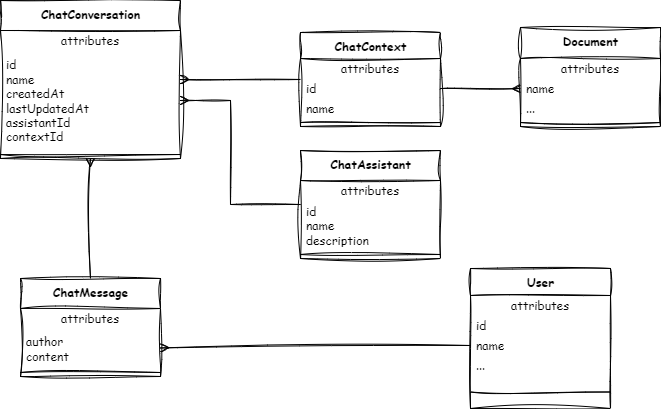
Earlier version of the draw.io export images/05_domain.drawio.png (genai4devs/documentation). Source tidied: cells renumbered, new cells last; positions are measured from the earlier drawing's top-left corner, leaving out a move shared by most shapes.
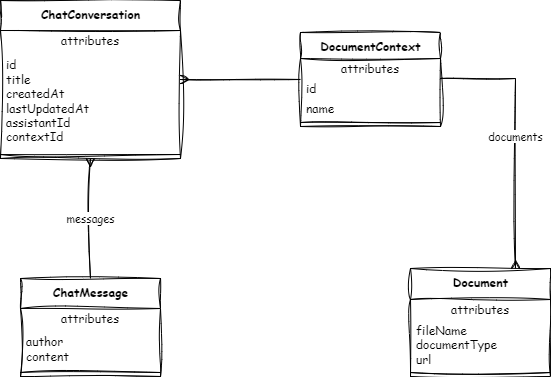
The same file after the commit.

Diff of the diagram source:
```diff
@@ -23,25 +23,13 @@
     <mxCell id="8" value="attributes" style="text;html=1;strokeColor=none;fillColor=none;align=center;verticalAlign=middle;spacingLeft=4;spacingRight=4;overflow=hidden;sketch=1;curveFitting=1;jiggle=2;fontFamily=Comic Sans MS;" parent="7" vertex="1">
       <mxGeometry y="30" width="180" height="20" as="geometry" />
     </mxCell>
-    <mxCell id="9" value="id&lt;br&gt;name&lt;br&gt;createdAt&lt;br&gt;lastUpdatedAt&lt;br&gt;assistantId&lt;br&gt;contextId" style="text;html=1;strokeColor=none;fillColor=none;align=left;verticalAlign=middle;spacingLeft=4;spacingRight=4;overflow=hidden;points=[[0,0.5],[1,0.5]];portConstraint=eastwest;sketch=1;curveFitting=1;jiggle=2;fontFamily=Comic Sans MS;" parent="7" vertex="1">
+    <mxCell id="9" value="id&lt;br&gt;title&lt;br&gt;createdAt&lt;br&gt;lastUpdatedAt&lt;br&gt;assistantId&lt;br&gt;contextId" style="text;html=1;strokeColor=none;fillColor=none;align=left;verticalAlign=middle;spacingLeft=4;spacingRight=4;overflow=hidden;points=[[0,0.5],[1,0.5]];portConstraint=eastwest;sketch=1;curveFitting=1;jiggle=2;fontFamily=Comic Sans MS;" parent="7" vertex="1">
       <mxGeometry y="50" width="180" height="100" as="geometry" />
     </mxCell>
     <mxCell id="10" style="line;strokeWidth=1;fillColor=none;align=left;verticalAlign=middle;spacingTop=-1;spacingLeft=3;spacingRight=3;labelPosition=right;sketch=1;curveFitting=1;jiggle=2;fontFamily=Comic Sans MS;" parent="7" vertex="1">
       <mxGeometry y="150" width="180" height="8" as="geometry" />
     </mxCell>
-    <mxCell id="11" value="&lt;b&gt;ChatAssistant&lt;/b&gt;" style="swimlane;fontStyle=0;align=center;verticalAlign=top;horizontal=1;startSize=30;html=1;sketch=1;curveFitting=1;jiggle=2;fontFamily=Comic Sans MS;" parent="1" vertex="1">
-      <mxGeometry x="300" y="150" width="140" height="108" as="geometry" />
-    </mxCell>
-    <mxCell id="12" value="attributes" style="text;html=1;strokeColor=none;fillColor=none;align=center;verticalAlign=middle;spacingLeft=4;spacingRight=4;overflow=hidden;sketch=1;curveFitting=1;jiggle=2;fontFamily=Comic Sans MS;" parent="11" vertex="1">
-      <mxGeometry y="30" width="140" height="20" as="geometry" />
-    </mxCell>
-    <mxCell id="13" value="id&lt;br&gt;name&lt;br&gt;description" style="text;html=1;strokeColor=none;fillColor=none;align=left;verticalAlign=middle;spacingLeft=4;spacingRight=4;overflow=hidden;sketch=1;curveFitting=1;jiggle=2;fontFamily=Comic Sans MS;" parent="11" vertex="1">
-      <mxGeometry y="50" width="140" height="50" as="geometry" />
-    </mxCell>
-    <mxCell id="14" style="line;strokeWidth=1;fillColor=none;align=left;verticalAlign=middle;spacingTop=-1;spacingLeft=3;spacingRight=3;labelPosition=right;sketch=1;curveFitting=1;jiggle=2;fontFamily=Comic Sans MS;" parent="11" vertex="1">
-      <mxGeometry y="100" width="140" height="8" as="geometry" />
-    </mxCell>
-    <mxCell id="15" value="&lt;b&gt;ChatContext&lt;/b&gt;" style="swimlane;fontStyle=0;align=center;verticalAlign=top;horizontal=1;startSize=26;html=1;sketch=1;curveFitting=1;jiggle=2;fontFamily=Comic Sans MS;" parent="1" vertex="1">
+    <mxCell id="15" value="&lt;b&gt;DocumentContext&lt;/b&gt;" style="swimlane;fontStyle=0;align=center;verticalAlign=top;horizontal=1;startSize=26;html=1;sketch=1;curveFitting=1;jiggle=2;fontFamily=Comic Sans MS;" parent="1" vertex="1">
       <mxGeometry x="300" y="32" width="140" height="94" as="geometry" />
     </mxCell>
     <mxCell id="16" value="attributes" style="text;html=1;strokeColor=none;fillColor=none;align=center;verticalAlign=middle;spacingLeft=4;spacingRight=4;overflow=hidden;sketch=1;curveFitting=1;jiggle=2;fontFamily=Comic Sans MS;" parent="15" vertex="1">
@@ -56,57 +44,30 @@
     <mxCell id="19" style="line;strokeWidth=1;fillColor=none;align=left;verticalAlign=middle;spacingTop=-1;spacingLeft=3;spacingRight=3;labelPosition=right;sketch=1;curveFitting=1;jiggle=2;fontFamily=Comic Sans MS;" parent="15" vertex="1">
       <mxGeometry y="86" width="140" height="8" as="geometry" />
     </mxCell>
-    <mxCell id="20" style="edgeStyle=none;html=1;entryX=0;entryY=0.5;entryDx=0;entryDy=0;startArrow=ERmany;startFill=0;endArrow=none;endFill=0;rounded=0;sketch=1;curveFitting=1;jiggle=2;fontFamily=Comic Sans MS;" parent="1" edge="1" source="9" target="11">
-      <mxGeometry relative="1" as="geometry">
-        <Array as="points">
-          <mxPoint x="230" y="100" />
-          <mxPoint x="230" y="204" />
-        </Array>
-      </mxGeometry>
-    </mxCell>
-    <mxCell id="21" style="edgeStyle=none;rounded=0;html=1;entryX=0.5;entryY=0;entryDx=0;entryDy=0;startArrow=ERmany;startFill=0;endArrow=none;endFill=0;sketch=1;curveFitting=1;jiggle=2;fontFamily=Comic Sans MS;" parent="1" edge="1" target="2">
+    <mxCell id="21" value="messages" style="edgeStyle=none;rounded=0;html=1;entryX=0.5;entryY=0;entryDx=0;entryDy=0;startArrow=ERmany;startFill=0;endArrow=none;endFill=0;sketch=1;curveFitting=1;jiggle=2;fontFamily=Comic Sans MS;" parent="1" edge="1" target="2">
       <mxGeometry relative="1" as="geometry">
         <mxPoint x="90" y="158" as="sourcePoint" />
       </mxGeometry>
     </mxCell>
     <mxCell id="22" value="&lt;b&gt;Document&lt;/b&gt;" style="swimlane;fontStyle=0;align=center;verticalAlign=top;horizontal=1;startSize=31;html=1;sketch=1;curveFitting=1;jiggle=2;fontFamily=Comic Sans MS;" parent="1" vertex="1">
-      <mxGeometry x="520" y="27" width="140" height="99" as="geometry" />
+      <mxGeometry x="410" y="268" width="140" height="108" as="geometry" />
     </mxCell>
     <mxCell id="23" value="attributes" style="text;html=1;strokeColor=none;fillColor=none;align=center;verticalAlign=middle;spacingLeft=4;spacingRight=4;overflow=hidden;sketch=1;curveFitting=1;jiggle=2;fontFamily=Comic Sans MS;" parent="22" vertex="1">
       <mxGeometry y="31" width="140" height="20" as="geometry" />
     </mxCell>
-    <mxCell id="24" value="name" style="text;html=1;strokeColor=none;fillColor=none;align=left;verticalAlign=middle;spacingLeft=4;spacingRight=4;overflow=hidden;points=[[0,0.5],[1,0.5]];portConstraint=eastwest;sketch=1;curveFitting=1;jiggle=2;fontFamily=Comic Sans MS;" parent="22" vertex="1">
-      <mxGeometry y="51" width="140" height="20" as="geometry" />
+    <mxCell id="24" value="fileName&lt;br&gt;documentType&lt;br&gt;url" style="text;html=1;strokeColor=none;fillColor=none;align=left;verticalAlign=middle;spacingLeft=4;spacingRight=4;overflow=hidden;points=[[0,0.5],[1,0.5]];portConstraint=eastwest;sketch=1;curveFitting=1;jiggle=2;fontFamily=Comic Sans MS;" parent="22" vertex="1">
+      <mxGeometry y="51" width="140" height="49" as="geometry" />
     </mxCell>
-    <mxCell id="25" value="..." style="text;html=1;strokeColor=none;fillColor=none;align=left;verticalAlign=middle;spacingLeft=4;spacingRight=4;overflow=hidden;sketch=1;curveFitting=1;jiggle=2;fontFamily=Comic Sans MS;" parent="22" vertex="1">
-      <mxGeometry y="71" width="140" height="20" as="geometry" />
-    </mxCell>
     <mxCell id="26" style="line;strokeWidth=1;fillColor=none;align=left;verticalAlign=middle;spacingTop=-1;spacingLeft=3;spacingRight=3;labelPosition=right;sketch=1;curveFitting=1;jiggle=2;fontFamily=Comic Sans MS;" parent="22" vertex="1">
-      <mxGeometry y="91" width="140" height="8" as="geometry" />
+      <mxGeometry y="100" width="140" height="8" as="geometry" />
     </mxCell>
-    <mxCell id="27" style="edgeStyle=none;rounded=0;html=1;entryX=0;entryY=0.5;entryDx=0;entryDy=0;startArrow=none;startFill=0;endArrow=ERmany;endFill=0;sketch=1;curveFitting=1;jiggle=2;fontFamily=Comic Sans MS;" parent="1" edge="1" source="17" target="24">
-      <mxGeometry relative="1" as="geometry" />
+    <mxCell id="27" value="documents" style="edgeStyle=none;rounded=0;html=1;entryX=0.75;entryY=0;entryDx=0;entryDy=0;startArrow=none;startFill=0;endArrow=ERmany;endFill=0;sketch=1;curveFitting=1;jiggle=2;fontFamily=Comic Sans MS;" parent="1" edge="1" target="22">
+      <mxGeometry relative="1" as="geometry">
+        <mxPoint x="440" y="78" as="sourcePoint" />
+        <Array as="points">
+          <mxPoint x="515" y="78" />
+        </Array>
+      </mxGeometry>
     </mxCell>
-    <mxCell id="28" value="&lt;b&gt;User&lt;/b&gt;" style="swimlane;fontStyle=0;align=center;verticalAlign=top;horizontal=1;startSize=27;html=1;sketch=1;curveFitting=1;jiggle=2;fontFamily=Comic Sans MS;" parent="1" vertex="1">
-      <mxGeometry x="470" y="268" width="140" height="140" as="geometry" />
-    </mxCell>
-    <mxCell id="29" value="attributes" style="text;html=1;strokeColor=none;fillColor=none;align=center;verticalAlign=middle;spacingLeft=4;spacingRight=4;overflow=hidden;sketch=1;curveFitting=1;jiggle=2;fontFamily=Comic Sans MS;" parent="28" vertex="1">
-      <mxGeometry y="27" width="140" height="20" as="geometry" />
-    </mxCell>
-    <mxCell id="30" value="id" style="text;html=1;strokeColor=none;fillColor=none;align=left;verticalAlign=middle;spacingLeft=4;spacingRight=4;overflow=hidden;sketch=1;curveFitting=1;jiggle=2;fontFamily=Comic Sans MS;" parent="28" vertex="1">
-      <mxGeometry y="47" width="140" height="20" as="geometry" />
-    </mxCell>
-    <mxCell id="31" value="name" style="text;html=1;strokeColor=none;fillColor=none;align=left;verticalAlign=middle;spacingLeft=4;spacingRight=4;overflow=hidden;points=[[0,0.5],[1,0.5]];portConstraint=eastwest;sketch=1;curveFitting=1;jiggle=2;fontFamily=Comic Sans MS;" parent="28" vertex="1">
-      <mxGeometry y="67" width="140" height="20" as="geometry" />
-    </mxCell>
-    <mxCell id="32" value="..." style="text;html=1;strokeColor=none;fillColor=none;align=left;verticalAlign=middle;spacingLeft=4;spacingRight=4;overflow=hidden;sketch=1;curveFitting=1;jiggle=2;fontFamily=Comic Sans MS;" parent="28" vertex="1">
-      <mxGeometry y="87" width="140" height="20" as="geometry" />
-    </mxCell>
-    <mxCell id="33" style="line;strokeWidth=1;fillColor=none;align=left;verticalAlign=middle;spacingTop=-1;spacingLeft=3;spacingRight=3;labelPosition=right;sketch=1;curveFitting=1;jiggle=2;fontFamily=Comic Sans MS;" parent="28" vertex="1">
-      <mxGeometry y="107" width="140" height="33" as="geometry" />
-    </mxCell>
-    <mxCell id="34" style="edgeStyle=none;rounded=0;html=1;entryX=0;entryY=0.5;entryDx=0;entryDy=0;startArrow=ERmany;startFill=0;endArrow=none;endFill=0;sketch=1;curveFitting=1;jiggle=2;fontFamily=Comic Sans MS;" parent="1" edge="1" source="4" target="31">
-      <mxGeometry relative="1" as="geometry" />
-    </mxCell>
   </root>
 </mxGraphModel>
```
